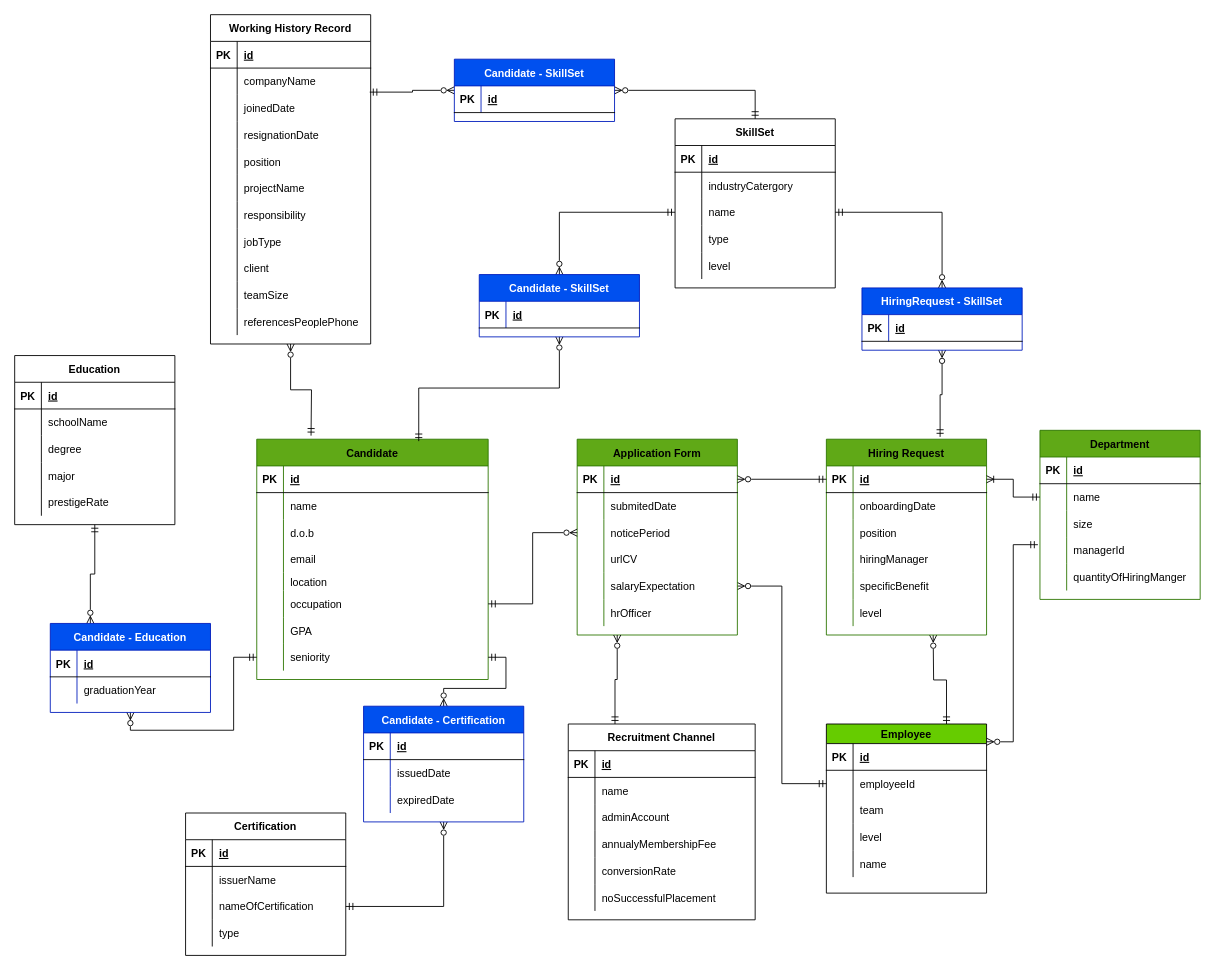
Earlier version of the draw.io diagram page "ATS-ERD" (1 of 2) of src/main/resources/erd/personal project2.drawio (Dino-000/peronalProject). Source tidied: cells renumbered, new cells numbered last; positions are measured from the earlier drawing's top-left corner, leaving out a move shared by most shapes. Both pictures are drawn from the tidied source at 89%, with x=0, y=0 at pixel (14, 14).
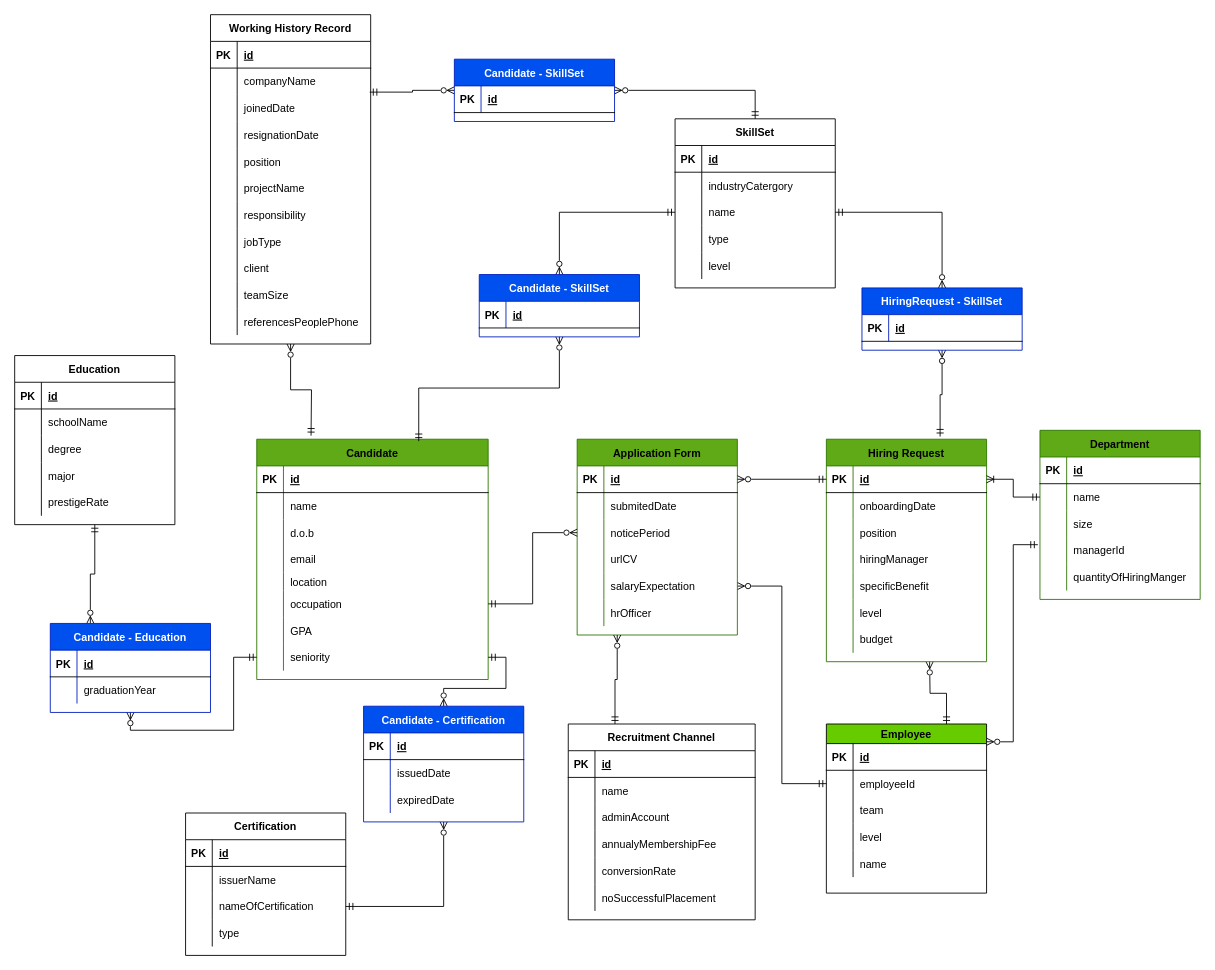
The same diagram, later.

Unchanged cells that the change refers to:
```xml
<mxCell id="122" value="Employee" style="shape=table;startSize=22;childLayout=tableLayout;rowLines=0;fontStyle=1;align=center;fillColor=#66CC00;" parent="1" vertex="1">
  <mxGeometry x="912" y="797" width="180" height="190" as="geometry" />
</mxCell>
```

The edit, as a diff of the source:
```diff
@@
     <mxCell id="100" style="edgeStyle=orthogonalEdgeStyle;rounded=0;jettySize=auto;html=1;startArrow=ERzeroToMany;startFill=0;endArrow=ERmandOne;endFill=0;entryX=0.75;entryY=0;entryDx=0;entryDy=0;" parent="1" edge="1" target="122">
       <mxGeometry relative="1" as="geometry">
-        <mxPoint x="1032" y="697" as="sourcePoint" />
+        <mxPoint x="1028" y="727" as="sourcePoint" />
       </mxGeometry>
     </mxCell>
     <mxCell id="101" value="Hiring Request" style="shape=table;startSize=30;childLayout=tableLayout;rowLines=0;fontStyle=1;align=center;fillColor=#60a917;strokeColor=#2D7600;fontColor=#000000;" parent="1" vertex="1">
-      <mxGeometry x="912" y="477" width="180" height="220" as="geometry" />
+      <mxGeometry x="912" y="477" width="180" height="250" as="geometry" />
     </mxCell>
@@
+    <mxCell id="243" style="shape=tableRow;horizontal=0;startSize=0;swimlaneHead=0;swimlaneBody=0;fillColor=none;top=0;left=0;right=0;bottom=0;" parent="101" vertex="1">
+      <mxGeometry y="210" width="180" height="30" as="geometry" />
+    </mxCell>
+    <mxCell id="244" style="shape=partialRectangle;fillColor=none;top=0;left=0;bottom=0;right=0;overflow=hidden;" parent="243" vertex="1">
+      <mxGeometry width="30" height="30" as="geometry" />
+    </mxCell>
+    <mxCell id="245" value="budget" style="shape=partialRectangle;fillColor=none;top=0;left=0;bottom=0;right=0;align=left;spacingLeft=6;overflow=hidden;" parent="243" vertex="1">
+      <mxGeometry x="30" width="150" height="30" as="geometry" />
+    </mxCell>
```
